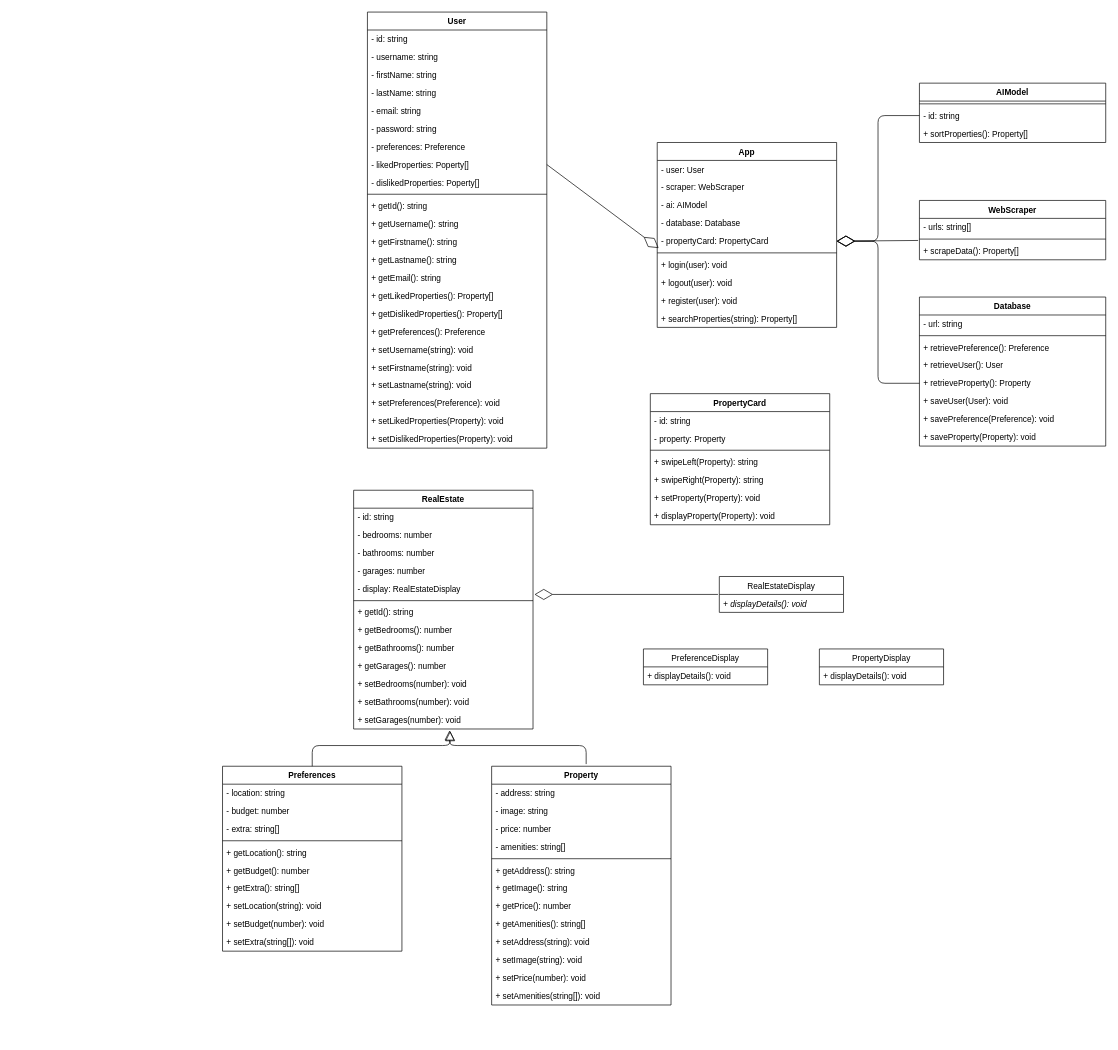
Above: diagrams/class diagrams/estate-match-class-diagram.drawio in COS301-SE-2023/EstateMatch (draw.io), before the change. Source tidied: cells renumbered, new cells numbered last; positions are measured from the earlier drawing's top-left corner, leaving out a move shared by most shapes. Both pictures are drawn from the tidied source at 69%, with x=0, y=0 at pixel (222, 12).
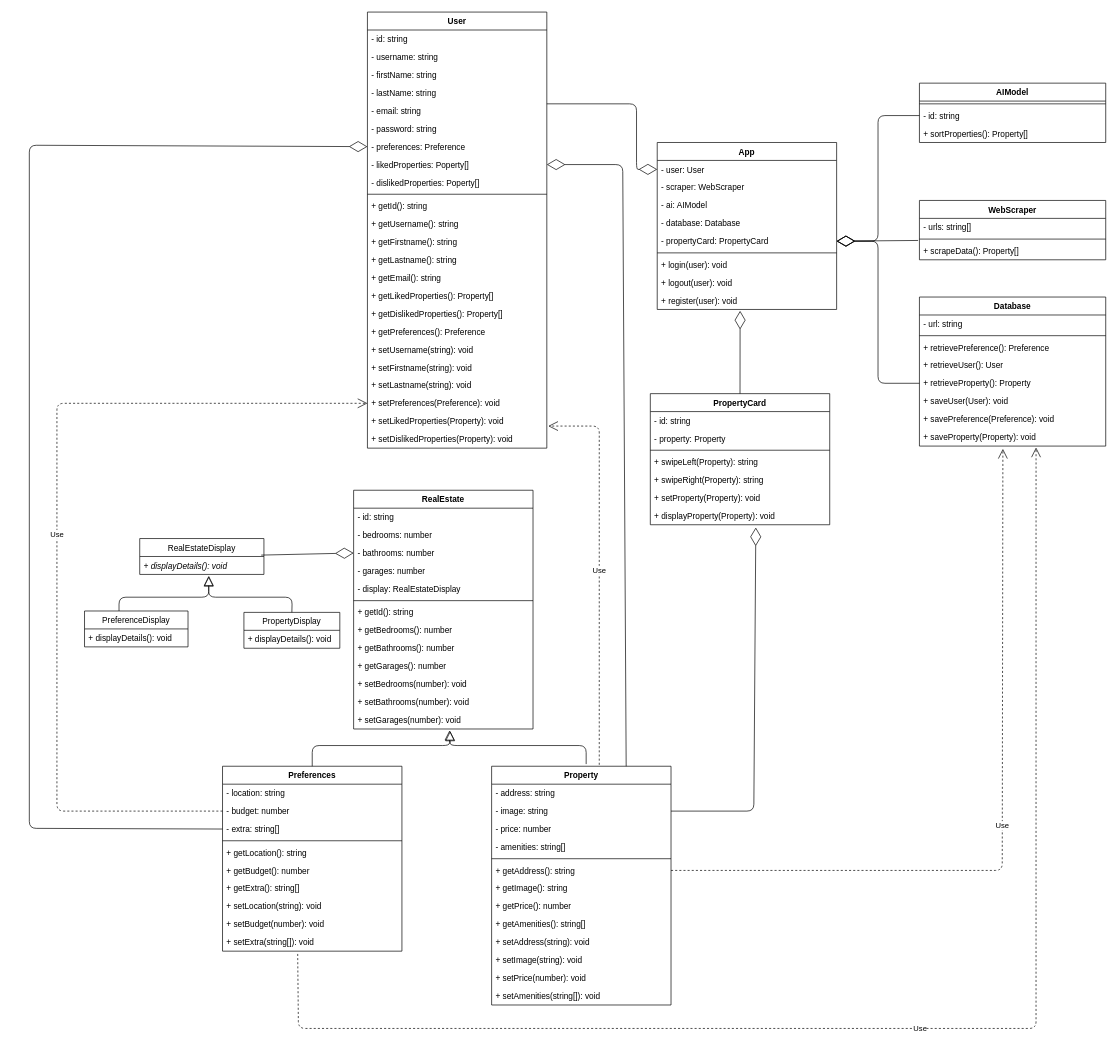
The same page after the edit.

Commit message (it also covers changes not shown here):
📝 (diagram) Class Diagram

The change refers to these unchanged cells:
```xml
<mxCell id="7" value="- email: string" style="text;strokeColor=none;fillColor=none;align=left;verticalAlign=top;spacingLeft=4;spacingRight=4;overflow=hidden;points=[[0,0.5],[1,0.5]];portConstraint=eastwest;rounded=1;glass=0;labelBackgroundColor=none;labelBorderColor=none;sketch=0;" parent="2" vertex="1">
  <mxGeometry y="130" width="260" height="26" as="geometry" />
</mxCell>
<mxCell id="9" value="- preferences: Preference" style="text;strokeColor=none;fillColor=none;align=left;verticalAlign=top;spacingLeft=4;spacingRight=4;overflow=hidden;points=[[0,0.5],[1,0.5]];portConstraint=eastwest;rounded=1;glass=0;labelBackgroundColor=none;labelBorderColor=none;sketch=0;" parent="2" vertex="1">
  <mxGeometry y="182" width="260" height="26" as="geometry" />
</mxCell>
<mxCell id="10" value="- likedProperties: Poperty[]" style="text;strokeColor=none;fillColor=none;align=left;verticalAlign=top;spacingLeft=4;spacingRight=4;overflow=hidden;points=[[0,0.5],[1,0.5]];portConstraint=eastwest;rounded=1;glass=0;labelBackgroundColor=none;labelBorderColor=none;sketch=0;" parent="2" vertex="1">
  <mxGeometry y="208" width="260" height="26" as="geometry" />
</mxCell>
<mxCell id="24" value="+ setPreferences(Preference): void" style="text;strokeColor=none;fillColor=none;align=left;verticalAlign=top;spacingLeft=4;spacingRight=4;overflow=hidden;points=[[0,0.5],[1,0.5]];portConstraint=eastwest;rounded=1;glass=0;labelBackgroundColor=none;labelBorderColor=none;sketch=0;" parent="2" vertex="1">
  <mxGeometry y="554" width="260" height="26" as="geometry" />
</mxCell>
<mxCell id="25" value="+ setLikedProperties(Property): void" style="text;strokeColor=none;fillColor=none;align=left;verticalAlign=top;spacingLeft=4;spacingRight=4;overflow=hidden;points=[[0,0.5],[1,0.5]];portConstraint=eastwest;rounded=1;glass=0;labelBackgroundColor=none;labelBorderColor=none;sketch=0;" parent="2" vertex="1">
  <mxGeometry y="580" width="260" height="26" as="geometry" />
</mxCell>
<mxCell id="29" value="- budget: number" style="text;strokeColor=none;fillColor=none;align=left;verticalAlign=top;spacingLeft=4;spacingRight=4;overflow=hidden;points=[[0,0.5],[1,0.5]];portConstraint=eastwest;rounded=1;glass=0;labelBackgroundColor=none;labelBorderColor=none;sketch=0;" parent="27" vertex="1">
  <mxGeometry y="52" width="260" height="26" as="geometry" />
</mxCell>
<mxCell id="30" value="- extra: string[]" style="text;strokeColor=none;fillColor=none;align=left;verticalAlign=top;spacingLeft=4;spacingRight=4;overflow=hidden;points=[[0,0.5],[1,0.5]];portConstraint=eastwest;rounded=1;glass=0;labelBackgroundColor=none;labelBorderColor=none;sketch=0;" parent="27" vertex="1">
  <mxGeometry y="78" width="260" height="26" as="geometry" />
</mxCell>
<mxCell id="37" value="+ setExtra(string[]): void" style="text;strokeColor=none;fillColor=none;align=left;verticalAlign=top;spacingLeft=4;spacingRight=4;overflow=hidden;points=[[0,0.5],[1,0.5]];portConstraint=eastwest;rounded=1;glass=0;labelBackgroundColor=none;labelBorderColor=none;sketch=0;" parent="27" vertex="1">
  <mxGeometry y="242" width="260" height="26" as="geometry" />
</mxCell>
<mxCell id="38" value="Property" style="swimlane;fontStyle=1;align=center;verticalAlign=top;horizontal=1;startSize=26;rounded=0;glass=0;labelBackgroundColor=none;labelBorderColor=none;sketch=0;" parent="1" vertex="1">
  <mxGeometry x="390" y="1093" width="260" height="346" as="geometry" />
</mxCell>
<mxCell id="40" value="- image: string" style="text;strokeColor=none;fillColor=none;align=left;verticalAlign=top;spacingLeft=4;spacingRight=4;overflow=hidden;points=[[0,0.5],[1,0.5]];portConstraint=eastwest;rounded=0;glass=0;labelBackgroundColor=none;labelBorderColor=none;sketch=0;" parent="38" vertex="1">
  <mxGeometry y="52" width="260" height="26" as="geometry" />
</mxCell>
<mxCell id="44" value="+ getAddress(): string" style="text;strokeColor=none;fillColor=none;align=left;verticalAlign=top;spacingLeft=4;spacingRight=4;overflow=hidden;points=[[0,0.5],[1,0.5]];portConstraint=eastwest;rounded=0;glass=0;labelBackgroundColor=none;labelBorderColor=none;sketch=0;" parent="38" vertex="1">
  <mxGeometry y="138" width="260" height="26" as="geometry" />
</mxCell>
<mxCell id="64" value="+ saveProperty(Property): void" style="text;strokeColor=none;fillColor=none;align=left;verticalAlign=top;spacingLeft=4;spacingRight=4;overflow=hidden;points=[[0,0.5],[1,0.5]];portConstraint=eastwest;rounded=0;glass=0;labelBackgroundColor=none;labelBorderColor=none;sketch=0;" parent="56" vertex="1">
  <mxGeometry y="190" width="270" height="26" as="geometry" />
</mxCell>
<mxCell id="69" value="PropertyCard" style="swimlane;fontStyle=1;align=center;verticalAlign=top;horizontal=1;startSize=26;rounded=0;glass=0;labelBackgroundColor=none;labelBorderColor=none;sketch=0;" parent="1" vertex="1">
  <mxGeometry x="620" y="553" width="260" height="190" as="geometry" />
</mxCell>
<mxCell id="76" value="+ displayProperty(Property): void" style="text;strokeColor=none;fillColor=none;align=left;verticalAlign=top;spacingLeft=4;spacingRight=4;overflow=hidden;points=[[0,0.5],[1,0.5]];portConstraint=eastwest;rounded=0;glass=0;labelBackgroundColor=none;labelBorderColor=none;sketch=0;" parent="69" vertex="1">
  <mxGeometry y="164" width="260" height="26" as="geometry" />
</mxCell>
<mxCell id="78" value="- user: User" style="text;strokeColor=none;fillColor=none;align=left;verticalAlign=top;spacingLeft=4;spacingRight=4;overflow=hidden;points=[[0,0.5],[1,0.5]];portConstraint=eastwest;rounded=0;glass=0;labelBackgroundColor=none;labelBorderColor=none;sketch=0;" parent="77" vertex="1">
  <mxGeometry y="26" width="260" height="26" as="geometry" />
</mxCell>
<mxCell id="82" value="- propertyCard: PropertyCard" style="text;strokeColor=none;fillColor=none;align=left;verticalAlign=top;spacingLeft=4;spacingRight=4;overflow=hidden;points=[[0,0.5],[1,0.5]];portConstraint=eastwest;rounded=0;glass=0;labelBackgroundColor=none;labelBorderColor=none;sketch=0;" parent="77" vertex="1">
  <mxGeometry y="130" width="260" height="26" as="geometry" />
</mxCell>
<mxCell id="86" value="+ register(user): void" style="text;strokeColor=none;fillColor=none;align=left;verticalAlign=top;spacingLeft=4;spacingRight=4;overflow=hidden;points=[[0,0.5],[1,0.5]];portConstraint=eastwest;rounded=0;glass=0;labelBackgroundColor=none;labelBorderColor=none;sketch=0;" parent="77" vertex="1">
  <mxGeometry y="216" width="260" height="26" as="geometry" />
</mxCell>
<mxCell id="95" value="- bathrooms: number" style="text;strokeColor=none;fillColor=none;align=left;verticalAlign=top;spacingLeft=4;spacingRight=4;overflow=hidden;points=[[0,0.5],[1,0.5]];portConstraint=eastwest;rounded=1;glass=0;labelBackgroundColor=none;labelBorderColor=none;sketch=0;" parent="92" vertex="1">
  <mxGeometry y="78" width="260" height="26" as="geometry" />
</mxCell>
<mxCell id="97" value="- display: RealEstateDisplay" style="text;strokeColor=none;fillColor=none;align=left;verticalAlign=top;spacingLeft=4;spacingRight=4;overflow=hidden;points=[[0,0.5],[1,0.5]];portConstraint=eastwest;rounded=1;glass=0;labelBackgroundColor=none;labelBorderColor=none;sketch=0;" parent="92" vertex="1">
  <mxGeometry y="130" width="260" height="26" as="geometry" />
</mxCell>
<mxCell id="110" value="+ displayDetails(): void" style="text;strokeColor=none;fillColor=none;align=left;verticalAlign=top;spacingLeft=4;spacingRight=4;overflow=hidden;points=[[0,0.5],[1,0.5]];portConstraint=eastwest;fontStyle=2;" parent="109" vertex="1">
  <mxGeometry y="26" width="180" height="26" as="geometry" />
</mxCell>
```

What changed in the source:
```diff
@@
     <mxCell id="77" value="App" style="swimlane;fontStyle=1;align=center;verticalAlign=top;horizontal=1;startSize=26;rounded=0;glass=0;labelBackgroundColor=none;labelBorderColor=none;sketch=0;" parent="1" vertex="1">
-      <mxGeometry x="630" y="189" width="260" height="268" as="geometry" />
+      <mxGeometry x="630" y="189" width="260" height="242" as="geometry" />
     </mxCell>
@@
-    <mxCell id="87" value="+ searchProperties(string): Property[]" style="text;strokeColor=none;fillColor=none;align=left;verticalAlign=top;spacingLeft=4;spacingRight=4;overflow=hidden;rounded=0;glass=0;labelBackgroundColor=none;labelBorderColor=none;sketch=0;" parent="77" vertex="1">
-      <mxGeometry y="242" width="260" height="26" as="geometry" />
-    </mxCell>
@@
-    <mxCell id="91" style="endArrow=diamondThin;endFill=0;endSize=24;html=1;entryX=0.008;entryY=0.885;entryDx=0;entryDy=0;entryPerimeter=0;exitX=1;exitY=0.5;exitDx=0;exitDy=0;" parent="1" edge="1" source="10" target="82">
-      <mxGeometry relative="1" as="geometry" />
-    </mxCell>
@@
-    <mxCell id="108" style="endArrow=diamondThin;endFill=0;endSize=24;html=1;entryX=1.008;entryY=0.808;entryDx=0;entryDy=0;entryPerimeter=0;exitX=-0.011;exitY=0;exitDx=0;exitDy=0;exitPerimeter=0;" parent="1" edge="1" source="110" target="97">
-      <mxGeometry relative="1" as="geometry" />
-    </mxCell>
     <mxCell id="109" value="RealEstateDisplay" style="swimlane;fontStyle=0;horizontal=1;startSize=26;fillColor=none;" parent="1" vertex="1">
-      <mxGeometry x="720" y="818" width="180" height="52" as="geometry" />
+      <mxGeometry x="-120" y="763" width="180" height="52" as="geometry" />
     </mxCell>
@@
     <mxCell id="111" value="PreferenceDisplay" style="swimlane;fontStyle=0;horizontal=1;startSize=26;fillColor=none;" parent="1" vertex="1">
-      <mxGeometry x="610" y="923" width="180" height="52" as="geometry" />
+      <mxGeometry x="-200" y="868" width="150" height="52" as="geometry" />
     </mxCell>
     <mxCell id="112" value="+ displayDetails(): void" style="text;strokeColor=none;fillColor=none;align=left;verticalAlign=top;spacingLeft=4;spacingRight=4;overflow=hidden;" parent="111" vertex="1">
-      <mxGeometry y="26" width="180" height="26" as="geometry" />
+      <mxGeometry y="26" width="150" height="26" as="geometry" />
     </mxCell>
     <mxCell id="113" value="PropertyDisplay" style="swimlane;fontStyle=0;horizontal=1;startSize=26;fillColor=none;" parent="1" vertex="1">
-      <mxGeometry x="865" y="923" width="180" height="52" as="geometry" />
+      <mxGeometry x="31" y="870" width="139" height="52" as="geometry" />
     </mxCell>
     <mxCell id="114" value="+ displayDetails(): void" style="text;strokeColor=none;fillColor=none;align=left;verticalAlign=top;spacingLeft=4;spacingRight=4;overflow=hidden;" parent="113" vertex="1">
-      <mxGeometry y="26" width="180" height="26" as="geometry" />
+      <mxGeometry y="26" width="139" height="26" as="geometry" />
     </mxCell>
+    <mxCell id="115" style="endArrow=block;endFill=0;endSize=12;html=1;entryX=0.556;entryY=1.077;entryDx=0;entryDy=0;entryPerimeter=0;" parent="1" edge="1" target="110">
+      <mxGeometry relative="1" as="geometry">
+        <mxPoint x="-150" y="868" as="sourcePoint" />
+        <Array as="points">
+          <mxPoint x="-150" y="848" />
+          <mxPoint x="-20" y="848" />
+        </Array>
+      </mxGeometry>
+    </mxCell>
+    <mxCell id="116" style="endArrow=block;endFill=0;endSize=12;html=1;exitX=0.5;exitY=0;exitDx=0;exitDy=0;" parent="1" edge="1" source="113">
+      <mxGeometry relative="1" as="geometry">
+        <mxPoint x="-20" y="818" as="targetPoint" />
+        <Array as="points">
+          <mxPoint x="101" y="848" />
+          <mxPoint x="-20" y="848" />
+        </Array>
+      </mxGeometry>
+    </mxCell>
+    <mxCell id="117" style="endArrow=diamondThin;endFill=0;endSize=24;html=1;exitX=0.978;exitY=-0.077;exitDx=0;exitDy=0;exitPerimeter=0;entryX=0;entryY=0.5;entryDx=0;entryDy=0;" parent="1" edge="1" source="110" target="95">
+      <mxGeometry relative="1" as="geometry" />
+    </mxCell>
+    <mxCell id="118" style="endArrow=diamondThin;endFill=0;endSize=24;html=1;entryX=0.588;entryY=1.154;entryDx=0;entryDy=0;entryPerimeter=0;exitX=1;exitY=0.5;exitDx=0;exitDy=0;" parent="1" edge="1" source="40" target="76">
+      <mxGeometry relative="1" as="geometry">
+        <Array as="points">
+          <mxPoint x="770" y="1158" />
+        </Array>
+      </mxGeometry>
+    </mxCell>
+    <mxCell id="119" style="endArrow=diamondThin;endFill=0;endSize=24;html=1;exitX=0.75;exitY=0;exitDx=0;exitDy=0;entryX=1;entryY=0.5;entryDx=0;entryDy=0;" parent="1" edge="1" source="38" target="10">
+      <mxGeometry relative="1" as="geometry">
+        <Array as="points">
+          <mxPoint x="580" y="221" />
+        </Array>
+      </mxGeometry>
+    </mxCell>
+    <mxCell id="120" style="endArrow=diamondThin;endFill=0;endSize=24;html=1;entryX=0;entryY=0.5;entryDx=0;entryDy=0;exitX=1;exitY=0.115;exitDx=0;exitDy=0;exitPerimeter=0;" parent="1" edge="1" source="7" target="78">
+      <mxGeometry relative="1" as="geometry">
+        <Array as="points">
+          <mxPoint x="600" y="133" />
+          <mxPoint x="600" y="228" />
+        </Array>
+      </mxGeometry>
+    </mxCell>
+    <mxCell id="121" style="endArrow=diamondThin;endFill=0;endSize=24;html=1;entryX=0;entryY=0.5;entryDx=0;entryDy=0;exitX=0;exitY=0.5;exitDx=0;exitDy=0;" parent="1" edge="1" source="30" target="9">
+      <mxGeometry relative="1" as="geometry">
+        <Array as="points">
+          <mxPoint x="-280" y="1183" />
+          <mxPoint x="-280" y="193" />
+        </Array>
+      </mxGeometry>
+    </mxCell>
+    <mxCell id="122" value="Use" style="endArrow=open;endSize=12;dashed=1;html=1;exitX=0.6;exitY=-0.006;exitDx=0;exitDy=0;exitPerimeter=0;entryX=1.008;entryY=0.769;entryDx=0;entryDy=0;entryPerimeter=0;" parent="1" edge="1" source="38" target="25">
+      <mxGeometry relative="1" as="geometry">
+        <Array as="points">
+          <mxPoint x="546" y="600" />
+        </Array>
+      </mxGeometry>
+    </mxCell>
+    <mxCell id="123" value="Use" style="endArrow=open;endSize=12;dashed=1;html=1;entryX=0;entryY=0.5;entryDx=0;entryDy=0;exitX=0;exitY=0.5;exitDx=0;exitDy=0;" parent="1" edge="1" source="29" target="24">
+      <mxGeometry relative="1" as="geometry">
+        <Array as="points">
+          <mxPoint x="-240" y="1158" />
+          <mxPoint x="-240" y="567" />
+        </Array>
+      </mxGeometry>
+    </mxCell>
+    <mxCell id="124" style="endArrow=diamondThin;endFill=0;endSize=24;html=1;entryX=0.462;entryY=1.077;entryDx=0;entryDy=0;entryPerimeter=0;exitX=0.5;exitY=0;exitDx=0;exitDy=0;" parent="1" edge="1" source="69" target="86">
+      <mxGeometry relative="1" as="geometry" />
+    </mxCell>
+    <mxCell id="125" value="Use" style="endArrow=open;endSize=12;dashed=1;html=1;entryX=0.448;entryY=1.154;entryDx=0;entryDy=0;entryPerimeter=0;exitX=1;exitY=0.5;exitDx=0;exitDy=0;" parent="1" edge="1" source="44" target="64">
+      <mxGeometry relative="1" as="geometry">
+        <Array as="points">
+          <mxPoint x="1130" y="1244" />
+        </Array>
+      </mxGeometry>
+    </mxCell>
+    <mxCell id="126" value="Use" style="endArrow=open;endSize=12;dashed=1;html=1;exitX=0.419;exitY=1.154;exitDx=0;exitDy=0;exitPerimeter=0;entryX=0.626;entryY=1.077;entryDx=0;entryDy=0;entryPerimeter=0;" parent="1" edge="1" source="37" target="64">
+      <mxGeometry relative="1" as="geometry">
+        <Array as="points">
+          <mxPoint x="110" y="1473" />
+          <mxPoint x="1179" y="1473" />
+        </Array>
+      </mxGeometry>
+    </mxCell>
```
